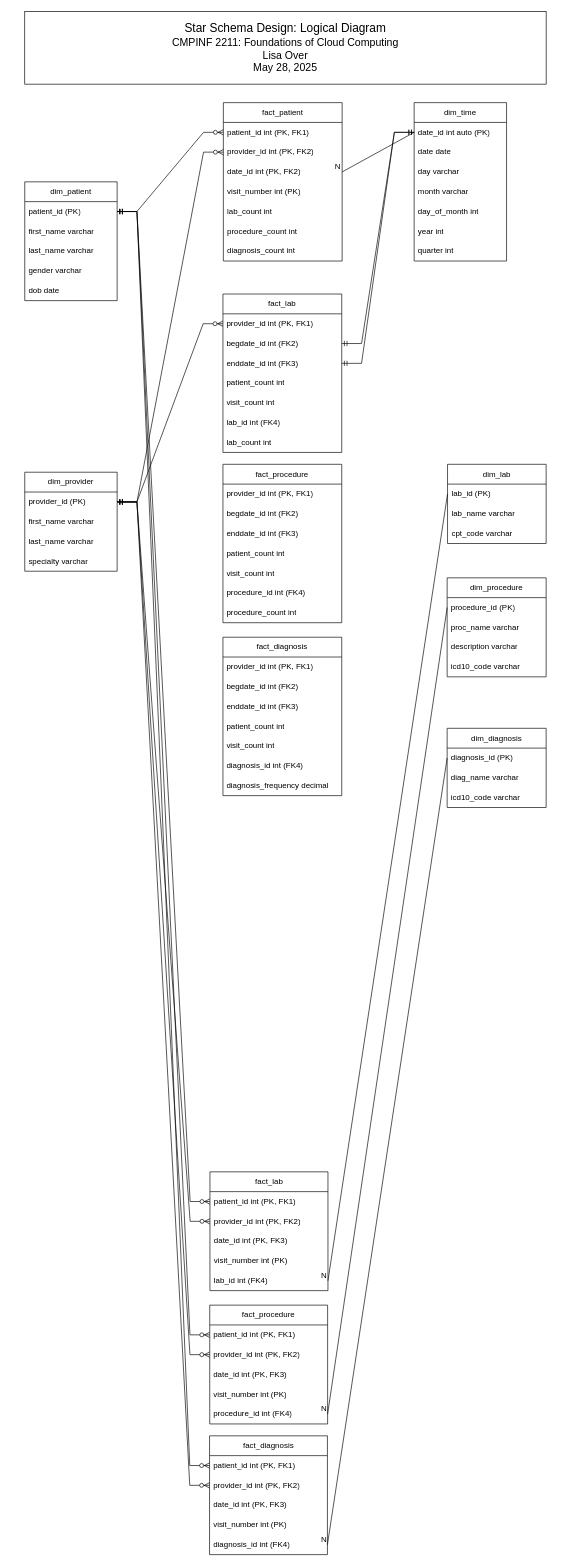
Before: EMR_Star_Schema/schema_diagram.drawio in sandbox-lisa/drawio, a draw.io diagram. Source tidied: cells renumbered, new cells numbered last; positions are measured from the earlier drawing's top-left corner, leaving out a move shared by most shapes. Both pictures are drawn from the tidied source at 66%, with x=0, y=0 at pixel (24, 11).
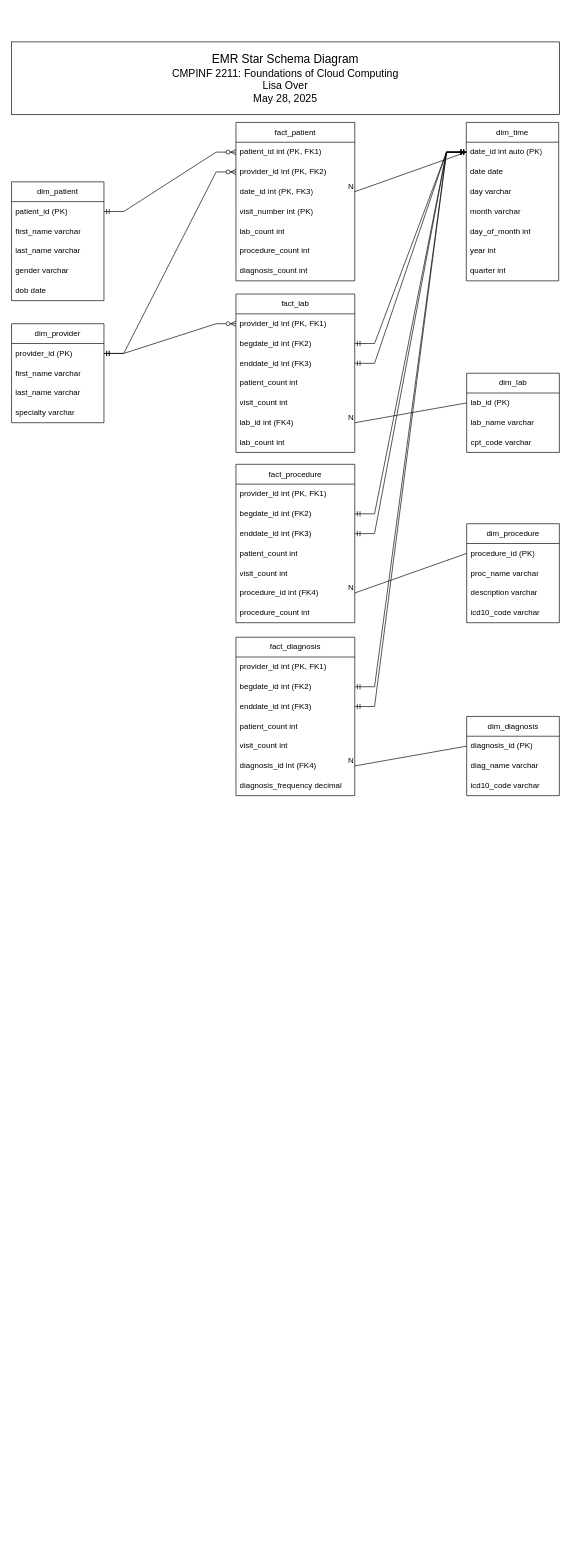
The same diagram, later.

The change refers to these unchanged cells:
```xml
<mxCell id="11" value="date_id int auto (PK)" style="text;strokeColor=none;fillColor=none;align=left;verticalAlign=middle;spacingLeft=4;spacingRight=4;overflow=hidden;points=[[0,0.5],[1,0.5]];portConstraint=eastwest;whiteSpace=wrap;html=1;" parent="10" vertex="1">
  <mxGeometry y="30" width="140" height="30" as="geometry" />
</mxCell>
<mxCell id="19" value="patient_id (PK)" style="text;strokeColor=none;fillColor=none;align=left;verticalAlign=middle;spacingLeft=4;spacingRight=4;overflow=hidden;points=[[0,0.5],[1,0.5]];portConstraint=eastwest;whiteSpace=wrap;html=1;" parent="18" vertex="1">
  <mxGeometry y="30" width="140" height="30" as="geometry" />
</mxCell>
<mxCell id="25" value="provider_id (PK)" style="text;strokeColor=none;fillColor=none;align=left;verticalAlign=middle;spacingLeft=4;spacingRight=4;overflow=hidden;points=[[0,0.5],[1,0.5]];portConstraint=eastwest;whiteSpace=wrap;html=1;" parent="24" vertex="1">
  <mxGeometry y="30" width="140" height="30" as="geometry" />
</mxCell>
<mxCell id="40" value="lab_id int (FK4)" style="text;strokeColor=none;fillColor=none;align=left;verticalAlign=middle;spacingLeft=4;spacingRight=4;overflow=hidden;points=[[0,0.5],[1,0.5]];portConstraint=eastwest;whiteSpace=wrap;html=1;" parent="34" vertex="1">
  <mxGeometry y="180" width="180" height="30" as="geometry" />
</mxCell>
<mxCell id="86" value="begdate_id int (FK2)" style="text;strokeColor=none;fillColor=none;align=left;verticalAlign=middle;spacingLeft=4;spacingRight=4;overflow=hidden;points=[[0,0.5],[1,0.5]];portConstraint=eastwest;whiteSpace=wrap;html=1;" parent="84" vertex="1">
  <mxGeometry y="60" width="180" height="30" as="geometry" />
</mxCell>
<mxCell id="87" value="enddate_id int (FK3)" style="text;strokeColor=none;fillColor=none;align=left;verticalAlign=middle;spacingLeft=4;spacingRight=4;overflow=hidden;points=[[0,0.5],[1,0.5]];portConstraint=eastwest;whiteSpace=wrap;html=1;" parent="84" vertex="1">
  <mxGeometry y="90" width="180" height="30" as="geometry" />
</mxCell>
<mxCell id="90" value="procedure_id int (FK4)" style="text;strokeColor=none;fillColor=none;align=left;verticalAlign=middle;spacingLeft=4;spacingRight=4;overflow=hidden;points=[[0,0.5],[1,0.5]];portConstraint=eastwest;whiteSpace=wrap;html=1;" parent="84" vertex="1">
  <mxGeometry y="180" width="180" height="30" as="geometry" />
</mxCell>
<mxCell id="94" value="begdate_id int (FK2)" style="text;strokeColor=none;fillColor=none;align=left;verticalAlign=middle;spacingLeft=4;spacingRight=4;overflow=hidden;points=[[0,0.5],[1,0.5]];portConstraint=eastwest;whiteSpace=wrap;html=1;" parent="92" vertex="1">
  <mxGeometry y="60" width="180" height="30" as="geometry" />
</mxCell>
<mxCell id="95" value="enddate_id int (FK3)" style="text;strokeColor=none;fillColor=none;align=left;verticalAlign=middle;spacingLeft=4;spacingRight=4;overflow=hidden;points=[[0,0.5],[1,0.5]];portConstraint=eastwest;whiteSpace=wrap;html=1;" parent="92" vertex="1">
  <mxGeometry y="90" width="180" height="30" as="geometry" />
</mxCell>
<mxCell id="98" value="diagnosis_id int (FK4)" style="text;strokeColor=none;fillColor=none;align=left;verticalAlign=middle;spacingLeft=4;spacingRight=4;overflow=hidden;points=[[0,0.5],[1,0.5]];portConstraint=eastwest;whiteSpace=wrap;html=1;" parent="92" vertex="1">
  <mxGeometry y="180" width="180" height="30" as="geometry" />
</mxCell>
```

Change to the diagram source:
```diff
@@
     <mxCell id="2" value="fact_patient" style="swimlane;fontStyle=0;horizontal=1;startSize=30;whiteSpace=wrap;html=1;" parent="1" vertex="1">
-      <mxGeometry x="300.9" y="138" width="180" height="240" as="geometry" />
+      <mxGeometry x="320" y="168" width="180" height="240" as="geometry" />
     </mxCell>
@@
-    <mxCell id="5" value="date_id int (PK, FK2)" style="text;strokeColor=none;fillColor=none;align=left;verticalAlign=middle;spacingLeft=4;spacingRight=4;overflow=hidden;points=[[0,0.5],[1,0.5]];portConstraint=eastwest;whiteSpace=wrap;html=1;" parent="2" vertex="1">
+    <mxCell id="5" value="date_id int (PK, FK3)" style="text;strokeColor=none;fillColor=none;align=left;verticalAlign=middle;spacingLeft=4;spacingRight=4;overflow=hidden;points=[[0,0.5],[1,0.5]];portConstraint=eastwest;whiteSpace=wrap;html=1;" parent="2" vertex="1">
       <mxGeometry y="90" width="180" height="30" as="geometry" />
     </mxCell>
@@
     <mxCell id="10" value="dim_time" style="swimlane;fontStyle=0;horizontal=1;startSize=30;whiteSpace=wrap;html=1;" parent="1" vertex="1">
-      <mxGeometry x="590" y="138" width="140" height="240" as="geometry" />
+      <mxGeometry x="669" y="168" width="140" height="240" as="geometry" />
     </mxCell>
@@
     <mxCell id="18" value="dim_patient" style="swimlane;fontStyle=0;horizontal=1;startSize=30;whiteSpace=wrap;html=1;" parent="1" vertex="1">
-      <mxGeometry y="258" width="140" height="180" as="geometry" />
+      <mxGeometry x="-20" y="258" width="140" height="180" as="geometry" />
     </mxCell>
@@
     <mxCell id="24" value="dim_provider" style="swimlane;fontStyle=0;horizontal=1;startSize=30;whiteSpace=wrap;html=1;" parent="1" vertex="1">
-      <mxGeometry y="698" width="140" height="150" as="geometry" />
+      <mxGeometry x="-20" y="473" width="140" height="150" as="geometry" />
     </mxCell>
@@
     <mxCell id="29" value="dim_diagnosis" style="swimlane;fontStyle=0;horizontal=1;startSize=30;whiteSpace=wrap;html=1;" parent="1" vertex="1">
-      <mxGeometry x="640" y="1086" width="150" height="120" as="geometry" />
+      <mxGeometry x="669.6" y="1068" width="140.4" height="120" as="geometry" />
     </mxCell>
     <mxCell id="30" value="diagnosis_id (PK)" style="text;strokeColor=none;fillColor=none;align=left;verticalAlign=middle;spacingLeft=4;spacingRight=4;overflow=hidden;points=[[0,0.5],[1,0.5]];portConstraint=eastwest;whiteSpace=wrap;html=1;" parent="29" vertex="1">
-      <mxGeometry y="30" width="150" height="30" as="geometry" />
+      <mxGeometry y="30" width="140.4" height="30" as="geometry" />
     </mxCell>
     <mxCell id="31" value="diag_name&amp;nbsp;varchar" style="text;strokeColor=none;fillColor=none;align=left;verticalAlign=middle;spacingLeft=4;spacingRight=4;overflow=hidden;whiteSpace=wrap;html=1;" parent="29" vertex="1">
-      <mxGeometry y="60" width="150" height="30" as="geometry" />
+      <mxGeometry y="60" width="140.4" height="30" as="geometry" />
     </mxCell>
     <mxCell id="32" value="icd10_code&amp;nbsp;varchar" style="text;strokeColor=none;fillColor=none;align=left;verticalAlign=middle;spacingLeft=4;spacingRight=4;overflow=hidden;whiteSpace=wrap;html=1;" parent="29" vertex="1">
-      <mxGeometry y="90" width="150" height="30" as="geometry" />
+      <mxGeometry y="90" width="140.4" height="30" as="geometry" />
     </mxCell>
-    <mxCell id="33" value="&lt;font style=&quot;font-size: 18px;&quot;&gt;Star Schema Design: Logical Diagram&lt;/font&gt;&lt;div&gt;&lt;font size=&quot;3&quot;&gt;CMPINF 2211: Foundations of Cloud Computing&lt;br&gt;&lt;/font&gt;&lt;div&gt;&lt;font size=&quot;3&quot;&gt;Lisa Over&lt;/font&gt;&lt;/div&gt;&lt;div&gt;&lt;font size=&quot;3&quot;&gt;May 28, 2025&lt;/font&gt;&lt;/div&gt;&lt;/div&gt;" style="rounded=0;whiteSpace=wrap;html=1;" parent="1" vertex="1">
-      <mxGeometry width="790" height="110" as="geometry" />
+    <mxCell id="33" value="&lt;font style=&quot;font-size: 18px;&quot;&gt;EMR Star Schema Diagram&lt;/font&gt;&lt;div&gt;&lt;font size=&quot;3&quot;&gt;CMPINF 2211: Foundations of Cloud Computing&lt;br&gt;&lt;/font&gt;&lt;div&gt;&lt;font size=&quot;3&quot;&gt;Lisa Over&lt;/font&gt;&lt;/div&gt;&lt;div&gt;&lt;font size=&quot;3&quot;&gt;May 28, 2025&lt;/font&gt;&lt;/div&gt;&lt;/div&gt;" style="rounded=0;whiteSpace=wrap;html=1;" parent="1" vertex="1">
+      <mxGeometry x="-20" y="46" width="830" height="110" as="geometry" />
     </mxCell>
     <mxCell id="34" value="fact_lab" style="swimlane;fontStyle=0;horizontal=1;startSize=30;whiteSpace=wrap;html=1;" parent="1" vertex="1">
-      <mxGeometry x="300.3" y="428" width="180" height="240" as="geometry" />
+      <mxGeometry x="320" y="428" width="180" height="240" as="geometry" />
     </mxCell>
@@
-    <mxCell id="42" value="fact_procedure" style="swimlane;fontStyle=0;horizontal=1;startSize=30;whiteSpace=wrap;html=1;" parent="1" vertex="1">
-      <mxGeometry x="280.3" y="1960" width="178.6" height="180" as="geometry" />
-    </mxCell>
-    <mxCell id="43" value="patient_id int (PK, FK1)" style="text;strokeColor=none;fillColor=none;align=left;verticalAlign=middle;spacingLeft=4;spacingRight=4;overflow=hidden;points=[[0,0.5],[1,0.5]];portConstraint=eastwest;whiteSpace=wrap;html=1;" parent="42" vertex="1">
-      <mxGeometry y="30" width="178.6" height="30" as="geometry" />
-    </mxCell>
-    <mxCell id="44" value="provider_id int (PK, FK2)" style="text;strokeColor=none;fillColor=none;align=left;verticalAlign=middle;spacingLeft=4;spacingRight=4;overflow=hidden;points=[[0,0.5],[1,0.5]];portConstraint=eastwest;whiteSpace=wrap;html=1;" parent="42" vertex="1">
-      <mxGeometry y="60" width="178.6" height="30" as="geometry" />
-    </mxCell>
-    <mxCell id="45" value="date_id int (PK, FK3)" style="text;strokeColor=none;fillColor=none;align=left;verticalAlign=middle;spacingLeft=4;spacingRight=4;overflow=hidden;whiteSpace=wrap;html=1;" parent="42" vertex="1">
-      <mxGeometry y="90" width="178.6" height="30" as="geometry" />
-    </mxCell>
-    <mxCell id="46" value="visit_number int (PK)" style="text;strokeColor=none;fillColor=none;align=left;verticalAlign=middle;spacingLeft=4;spacingRight=4;overflow=hidden;whiteSpace=wrap;html=1;" parent="42" vertex="1">
-      <mxGeometry y="120" width="178.6" height="30" as="geometry" />
-    </mxCell>
-    <mxCell id="47" value="procedure_id int&amp;nbsp;(FK4)" style="text;strokeColor=none;fillColor=none;align=left;verticalAlign=middle;spacingLeft=4;spacingRight=4;overflow=hidden;points=[[0,0.5],[1,0.5]];portConstraint=eastwest;whiteSpace=wrap;html=1;" parent="42" vertex="1">
-      <mxGeometry y="150" width="178.6" height="30" as="geometry" />
-    </mxCell>
-    <mxCell id="48" value="fact_lab" style="swimlane;fontStyle=0;horizontal=1;startSize=30;whiteSpace=wrap;html=1;" parent="1" vertex="1">
-      <mxGeometry x="280.6" y="1758" width="178.8" height="180" as="geometry" />
-    </mxCell>
-    <mxCell id="49" value="patient_id int (PK, FK1)" style="text;strokeColor=none;fillColor=none;align=left;verticalAlign=middle;spacingLeft=4;spacingRight=4;overflow=hidden;points=[[0,0.5],[1,0.5]];portConstraint=eastwest;whiteSpace=wrap;html=1;" parent="48" vertex="1">
-      <mxGeometry y="30" width="178.8" height="30" as="geometry" />
-    </mxCell>
-    <mxCell id="50" value="provider_id int (PK, FK2)" style="text;strokeColor=none;fillColor=none;align=left;verticalAlign=middle;spacingLeft=4;spacingRight=4;overflow=hidden;points=[[0,0.5],[1,0.5]];portConstraint=eastwest;whiteSpace=wrap;html=1;" parent="48" vertex="1">
-      <mxGeometry y="60" width="178.8" height="30" as="geometry" />
-    </mxCell>
-    <mxCell id="51" value="date_id int (PK, FK3)" style="text;strokeColor=none;fillColor=none;align=left;verticalAlign=middle;spacingLeft=4;spacingRight=4;overflow=hidden;whiteSpace=wrap;html=1;" parent="48" vertex="1">
-      <mxGeometry y="90" width="178.8" height="30" as="geometry" />
-    </mxCell>
-    <mxCell id="52" value="visit_number int (PK)" style="text;strokeColor=none;fillColor=none;align=left;verticalAlign=middle;spacingLeft=4;spacingRight=4;overflow=hidden;whiteSpace=wrap;html=1;" parent="48" vertex="1">
-      <mxGeometry y="120" width="178.8" height="30" as="geometry" />
-    </mxCell>
-    <mxCell id="53" value="lab_id&amp;nbsp;int&amp;nbsp;(FK4)" style="text;strokeColor=none;fillColor=none;align=left;verticalAlign=middle;spacingLeft=4;spacingRight=4;overflow=hidden;points=[[0,0.5],[1,0.5]];portConstraint=eastwest;whiteSpace=wrap;html=1;" parent="48" vertex="1">
-      <mxGeometry y="150" width="178.8" height="30" as="geometry" />
-    </mxCell>
-    <mxCell id="54" value="fact_diagnosis" style="swimlane;fontStyle=0;horizontal=1;startSize=30;whiteSpace=wrap;html=1;" parent="1" vertex="1">
-      <mxGeometry x="280" y="2158" width="178.6" height="180" as="geometry" />
-    </mxCell>
-    <mxCell id="55" value="patient_id int (PK, FK1)" style="text;strokeColor=none;fillColor=none;align=left;verticalAlign=middle;spacingLeft=4;spacingRight=4;overflow=hidden;points=[[0,0.5],[1,0.5]];portConstraint=eastwest;whiteSpace=wrap;html=1;" parent="54" vertex="1">
-      <mxGeometry y="30" width="178.6" height="30" as="geometry" />
-    </mxCell>
-    <mxCell id="56" value="provider_id int (PK, FK2)" style="text;strokeColor=none;fillColor=none;align=left;verticalAlign=middle;spacingLeft=4;spacingRight=4;overflow=hidden;points=[[0,0.5],[1,0.5]];portConstraint=eastwest;whiteSpace=wrap;html=1;" parent="54" vertex="1">
-      <mxGeometry y="60" width="178.6" height="30" as="geometry" />
-    </mxCell>
-    <mxCell id="57" value="date_id int (PK, FK3)" style="text;strokeColor=none;fillColor=none;align=left;verticalAlign=middle;spacingLeft=4;spacingRight=4;overflow=hidden;whiteSpace=wrap;html=1;" parent="54" vertex="1">
-      <mxGeometry y="90" width="178.6" height="30" as="geometry" />
-    </mxCell>
-    <mxCell id="58" value="visit_number int (PK)" style="text;strokeColor=none;fillColor=none;align=left;verticalAlign=middle;spacingLeft=4;spacingRight=4;overflow=hidden;whiteSpace=wrap;html=1;" parent="54" vertex="1">
-      <mxGeometry y="120" width="178.6" height="30" as="geometry" />
-    </mxCell>
-    <mxCell id="59" value="diagnosis_id&amp;nbsp;int&amp;nbsp;(FK4)" style="text;strokeColor=none;fillColor=none;align=left;verticalAlign=middle;spacingLeft=4;spacingRight=4;overflow=hidden;points=[[0,0.5],[1,0.5]];portConstraint=eastwest;whiteSpace=wrap;html=1;" parent="54" vertex="1">
-      <mxGeometry y="150" width="178.6" height="30" as="geometry" />
-    </mxCell>
     <mxCell id="60" value="dim_lab" style="swimlane;fontStyle=0;horizontal=1;startSize=30;whiteSpace=wrap;html=1;" parent="1" vertex="1">
-      <mxGeometry x="640.6" y="686" width="149.4" height="120" as="geometry" />
+      <mxGeometry x="669.6" y="548" width="140.4" height="120" as="geometry" />
     </mxCell>
     <mxCell id="61" value="lab_id (PK)" style="text;strokeColor=none;fillColor=none;align=left;verticalAlign=middle;spacingLeft=4;spacingRight=4;overflow=hidden;points=[[0,0.5],[1,0.5]];portConstraint=eastwest;whiteSpace=wrap;html=1;" parent="60" vertex="1">
-      <mxGeometry y="30" width="149.4" height="30" as="geometry" />
+      <mxGeometry y="30" width="140.4" height="30" as="geometry" />
     </mxCell>
     <mxCell id="62" value="lab_name&amp;nbsp;varchar" style="text;strokeColor=none;fillColor=none;align=left;verticalAlign=middle;spacingLeft=4;spacingRight=4;overflow=hidden;whiteSpace=wrap;html=1;" parent="60" vertex="1">
-      <mxGeometry y="60" width="149.4" height="30" as="geometry" />
+      <mxGeometry y="60" width="140.4" height="30" as="geometry" />
     </mxCell>
     <mxCell id="63" value="cpt_code&amp;nbsp;varchar" style="text;strokeColor=none;fillColor=none;align=left;verticalAlign=middle;spacingLeft=4;spacingRight=4;overflow=hidden;whiteSpace=wrap;html=1;" parent="60" vertex="1">
-      <mxGeometry y="90" width="149.4" height="30" as="geometry" />
+      <mxGeometry y="90" width="140.4" height="30" as="geometry" />
     </mxCell>
     <mxCell id="64" value="dim_procedure" style="swimlane;fontStyle=0;horizontal=1;startSize=30;whiteSpace=wrap;html=1;" parent="1" vertex="1">
-      <mxGeometry x="640" y="858" width="150" height="150" as="geometry" />
+      <mxGeometry x="669.6" y="776" width="140.4" height="150" as="geometry" />
     </mxCell>
     <mxCell id="65" value="procedure_id (PK)" style="text;strokeColor=none;fillColor=none;align=left;verticalAlign=middle;spacingLeft=4;spacingRight=4;overflow=hidden;points=[[0,0.5],[1,0.5]];portConstraint=eastwest;whiteSpace=wrap;html=1;" parent="64" vertex="1">
-      <mxGeometry y="30" width="150" height="30" as="geometry" />
+      <mxGeometry y="30" width="140.4" height="30" as="geometry" />
     </mxCell>
     <mxCell id="66" value="proc_name&amp;nbsp;varchar" style="text;strokeColor=none;fillColor=none;align=left;verticalAlign=middle;spacingLeft=4;spacingRight=4;overflow=hidden;whiteSpace=wrap;html=1;" parent="64" vertex="1">
-      <mxGeometry y="60" width="150" height="30" as="geometry" />
+      <mxGeometry y="60" width="140.4" height="30" as="geometry" />
     </mxCell>
     <mxCell id="67" value="description&amp;nbsp;varchar" style="text;strokeColor=none;fillColor=none;align=left;verticalAlign=middle;spacingLeft=4;spacingRight=4;overflow=hidden;whiteSpace=wrap;html=1;" parent="64" vertex="1">
-      <mxGeometry y="90" width="150" height="30" as="geometry" />
+      <mxGeometry y="90" width="140.4" height="30" as="geometry" />
     </mxCell>
     <mxCell id="68" value="icd10_code&amp;nbsp;varchar" style="text;strokeColor=none;fillColor=none;align=left;verticalAlign=middle;spacingLeft=4;spacingRight=4;overflow=hidden;whiteSpace=wrap;html=1;" parent="64" vertex="1">
-      <mxGeometry y="120" width="150" height="30" as="geometry" />
+      <mxGeometry y="120" width="140.4" height="30" as="geometry" />
     </mxCell>
-    <mxCell id="69" style="endArrow=none;html=1;rounded=0;exitX=0;exitY=0.5;exitDx=0;exitDy=0;entryX=1;entryY=0.5;entryDx=0;entryDy=0;" parent="1" edge="1" source="61" target="53">
+    <mxCell id="69" style="endArrow=none;html=1;rounded=0;exitX=0;exitY=0.5;exitDx=0;exitDy=0;entryX=1;entryY=0.5;entryDx=0;entryDy=0;" parent="1" edge="1" source="61" target="40">
       <mxGeometry relative="1" as="geometry" />
     </mxCell>
@@
-    <mxCell id="71" style="endArrow=none;html=1;rounded=0;exitX=0;exitY=0.5;exitDx=0;exitDy=0;entryX=1;entryY=0.5;entryDx=0;entryDy=0;" parent="1" edge="1" source="65" target="47">
+    <mxCell id="71" style="endArrow=none;html=1;rounded=0;exitX=0;exitY=0.5;exitDx=0;exitDy=0;entryX=1;entryY=0.5;entryDx=0;entryDy=0;" parent="1" edge="1" source="65" target="90">
       <mxGeometry relative="1" as="geometry" />
     </mxCell>
@@
-    <mxCell id="73" style="endArrow=none;html=1;rounded=0;exitX=0;exitY=0.5;exitDx=0;exitDy=0;entryX=1;entryY=0.5;entryDx=0;entryDy=0;" parent="1" edge="1" source="30" target="59">
+    <mxCell id="73" style="endArrow=none;html=1;rounded=0;exitX=0;exitY=0.5;exitDx=0;exitDy=0;entryX=1;entryY=0.5;entryDx=0;entryDy=0;" parent="1" edge="1" source="30" target="98">
       <mxGeometry relative="1" as="geometry" />
     </mxCell>
@@
-    <mxCell id="77" style="edgeStyle=entityRelationEdgeStyle;fontSize=12;html=1;endArrow=ERzeroToMany;startArrow=ERmandOne;rounded=0;entryX=0;entryY=0.5;entryDx=0;entryDy=0;exitX=1;exitY=0.5;exitDx=0;exitDy=0;" parent="1" edge="1" source="19" target="49">
-      <mxGeometry relative="1" as="geometry" />
-    </mxCell>
-    <mxCell id="78" style="edgeStyle=entityRelationEdgeStyle;fontSize=12;html=1;endArrow=ERzeroToMany;startArrow=ERmandOne;rounded=0;entryX=0;entryY=0.5;entryDx=0;entryDy=0;exitX=1;exitY=0.5;exitDx=0;exitDy=0;" parent="1" edge="1" source="19" target="43">
-      <mxGeometry relative="1" as="geometry" />
-    </mxCell>
-    <mxCell id="79" style="edgeStyle=entityRelationEdgeStyle;fontSize=12;html=1;endArrow=ERzeroToMany;startArrow=ERmandOne;rounded=0;entryX=0;entryY=0.5;entryDx=0;entryDy=0;exitX=1;exitY=0.5;exitDx=0;exitDy=0;" parent="1" edge="1" source="19" target="55">
-      <mxGeometry relative="1" as="geometry" />
-    </mxCell>
@@
-    <mxCell id="81" style="edgeStyle=entityRelationEdgeStyle;fontSize=12;html=1;endArrow=ERzeroToMany;startArrow=ERmandOne;rounded=0;entryX=0;entryY=0.5;entryDx=0;entryDy=0;exitX=1;exitY=0.5;exitDx=0;exitDy=0;" parent="1" edge="1" source="25" target="50">
-      <mxGeometry relative="1" as="geometry" />
-    </mxCell>
-    <mxCell id="82" style="edgeStyle=entityRelationEdgeStyle;fontSize=12;html=1;endArrow=ERzeroToMany;startArrow=ERmandOne;rounded=0;entryX=0;entryY=0.5;entryDx=0;entryDy=0;exitX=1;exitY=0.5;exitDx=0;exitDy=0;" parent="1" edge="1" source="25" target="56">
-      <mxGeometry relative="1" as="geometry" />
-    </mxCell>
-    <mxCell id="83" style="edgeStyle=entityRelationEdgeStyle;fontSize=12;html=1;endArrow=ERzeroToMany;startArrow=ERmandOne;rounded=0;exitX=1;exitY=0.5;exitDx=0;exitDy=0;entryX=0;entryY=0.5;entryDx=0;entryDy=0;" parent="1" edge="1" source="25" target="44">
-      <mxGeometry relative="1" as="geometry" />
-    </mxCell>
     <mxCell id="84" value="fact_procedure" style="swimlane;fontStyle=0;horizontal=1;startSize=30;whiteSpace=wrap;html=1;" parent="1" vertex="1">
-      <mxGeometry x="300.3" y="686" width="180" height="240" as="geometry" />
+      <mxGeometry x="320" y="686" width="180" height="240" as="geometry" />
     </mxCell>
@@
     <mxCell id="92" value="fact_diagnosis" style="swimlane;fontStyle=0;horizontal=1;startSize=30;whiteSpace=wrap;html=1;" parent="1" vertex="1">
-      <mxGeometry x="300.3" y="948" width="180" height="240" as="geometry" />
+      <mxGeometry x="320" y="948" width="180" height="240" as="geometry" />
     </mxCell>
@@
+    <mxCell id="104" style="edgeStyle=entityRelationEdgeStyle;fontSize=12;html=1;endArrow=ERmandOne;startArrow=ERmandOne;rounded=0;exitX=1;exitY=0.5;exitDx=0;exitDy=0;entryX=0;entryY=0.5;entryDx=0;entryDy=0;" parent="1" edge="1" source="86" target="11">
+      <mxGeometry relative="1" as="geometry" />
+    </mxCell>
+    <mxCell id="105" style="edgeStyle=entityRelationEdgeStyle;fontSize=12;html=1;endArrow=ERmandOne;startArrow=ERmandOne;rounded=0;entryX=0;entryY=0.5;entryDx=0;entryDy=0;exitX=1;exitY=0.5;exitDx=0;exitDy=0;" parent="1" edge="1" source="87" target="11">
+      <mxGeometry relative="1" as="geometry" />
+    </mxCell>
+    <mxCell id="106" style="edgeStyle=entityRelationEdgeStyle;fontSize=12;html=1;endArrow=ERmandOne;startArrow=ERmandOne;rounded=0;exitX=1;exitY=0.5;exitDx=0;exitDy=0;entryX=0;entryY=0.5;entryDx=0;entryDy=0;" parent="1" edge="1" source="94" target="11">
+      <mxGeometry relative="1" as="geometry" />
+    </mxCell>
+    <mxCell id="107" style="edgeStyle=entityRelationEdgeStyle;fontSize=12;html=1;endArrow=ERmandOne;startArrow=ERmandOne;rounded=0;entryX=0;entryY=0.5;entryDx=0;entryDy=0;exitX=1;exitY=0.5;exitDx=0;exitDy=0;" parent="1" edge="1" source="95" target="11">
+      <mxGeometry relative="1" as="geometry" />
+    </mxCell>
```
